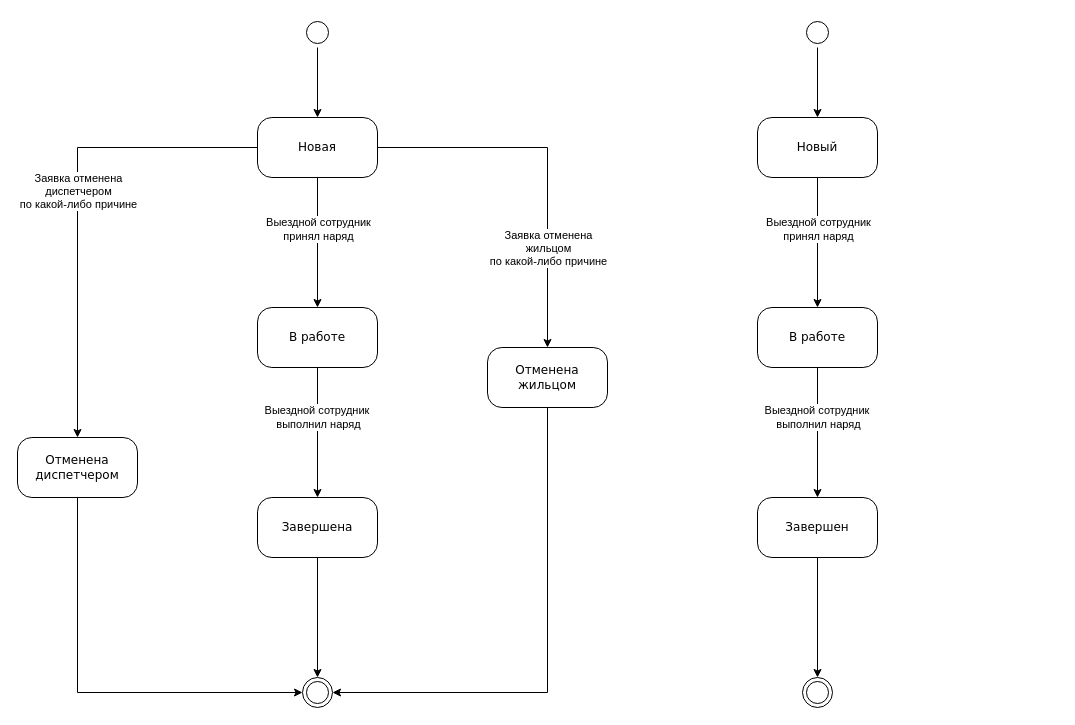
Before: state.drawio in iamquoz/essen, a draw.io diagram. Source tidied: cells renumbered, new cells numbered last; positions are measured from the earlier drawing's top-left corner, leaving out a move shared by most shapes. Both pictures are drawn from the tidied source at 100%, with x=0, y=0 at pixel (17, 17).
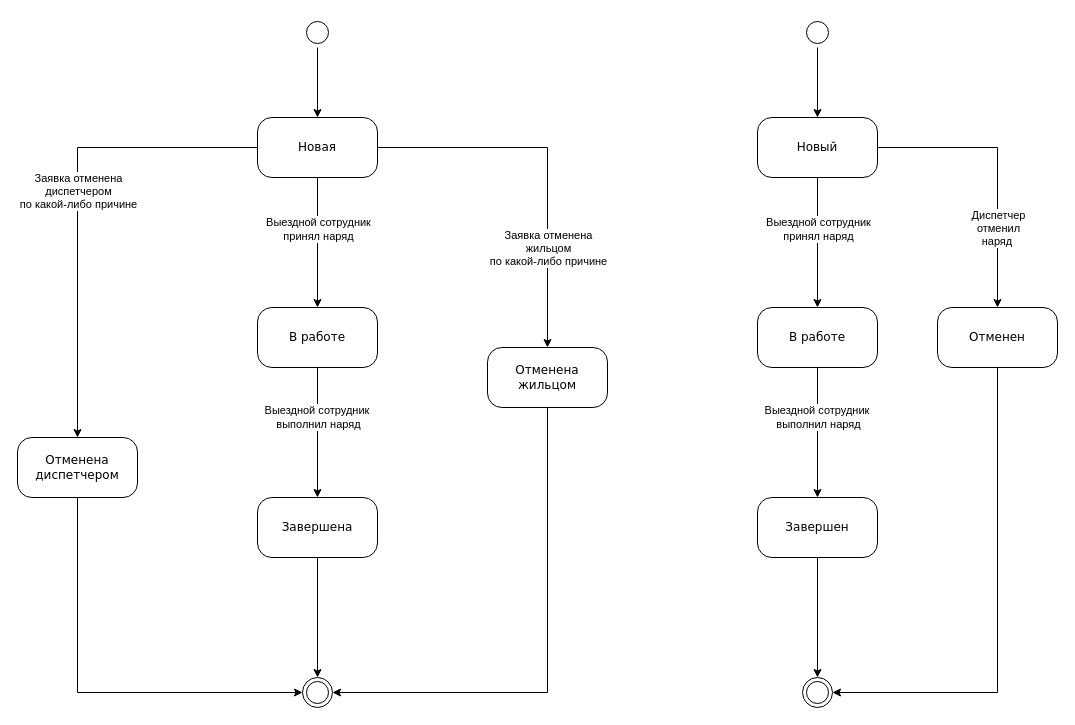
The same diagram, later.

Unchanged cells that the change refers to:
```xml
<mxCell id="27" value="Новый" style="rounded=1;whiteSpace=wrap;html=1;arcSize=24;shadow=0;comic=0;labelBackgroundColor=none;fontFamily=Verdana;fontSize=12;align=center;" parent="1" vertex="1">
  <mxGeometry x="740" y="100" width="120" height="60" as="geometry" />
</mxCell>
<mxCell id="31" style="ellipse;html=1;shape=endState;" parent="1" vertex="1">
  <mxGeometry x="785" y="660" width="30" height="30" as="geometry" />
</mxCell>
```

Diff of the diagram source:
```diff
@@
+    <mxCell id="32" style="edgeStyle=orthogonalEdgeStyle;rounded=0;jettySize=auto;html=1;entryX=0.5;entryY=0;entryDx=0;entryDy=0;" parent="1" edge="1" source="27" target="35">
+      <mxGeometry relative="1" as="geometry" />
+    </mxCell>
+    <mxCell id="33" value="Диспетчер &lt;br&gt;отменил &lt;br&gt;наряд&amp;nbsp;" style="edgeLabel;html=1;align=center;verticalAlign=middle;" parent="32" vertex="1">
+      <mxGeometry x="0.28" y="2" relative="1" as="geometry">
+        <mxPoint x="-2" y="21" as="offset" />
+      </mxGeometry>
+    </mxCell>
@@
+    <mxCell id="34" style="edgeStyle=orthogonalEdgeStyle;rounded=0;jettySize=auto;html=1;entryX=1;entryY=0.5;entryDx=0;entryDy=0;exitX=0.5;exitY=1;exitDx=0;exitDy=0;" parent="1" edge="1" source="35" target="31">
+      <mxGeometry relative="1" as="geometry" />
+    </mxCell>
+    <mxCell id="35" value="Отменен" style="rounded=1;whiteSpace=wrap;html=1;arcSize=24;shadow=0;comic=0;labelBackgroundColor=none;fontFamily=Verdana;fontSize=12;align=center;" parent="1" vertex="1">
+      <mxGeometry x="920" y="290" width="120" height="60" as="geometry" />
+    </mxCell>
```
